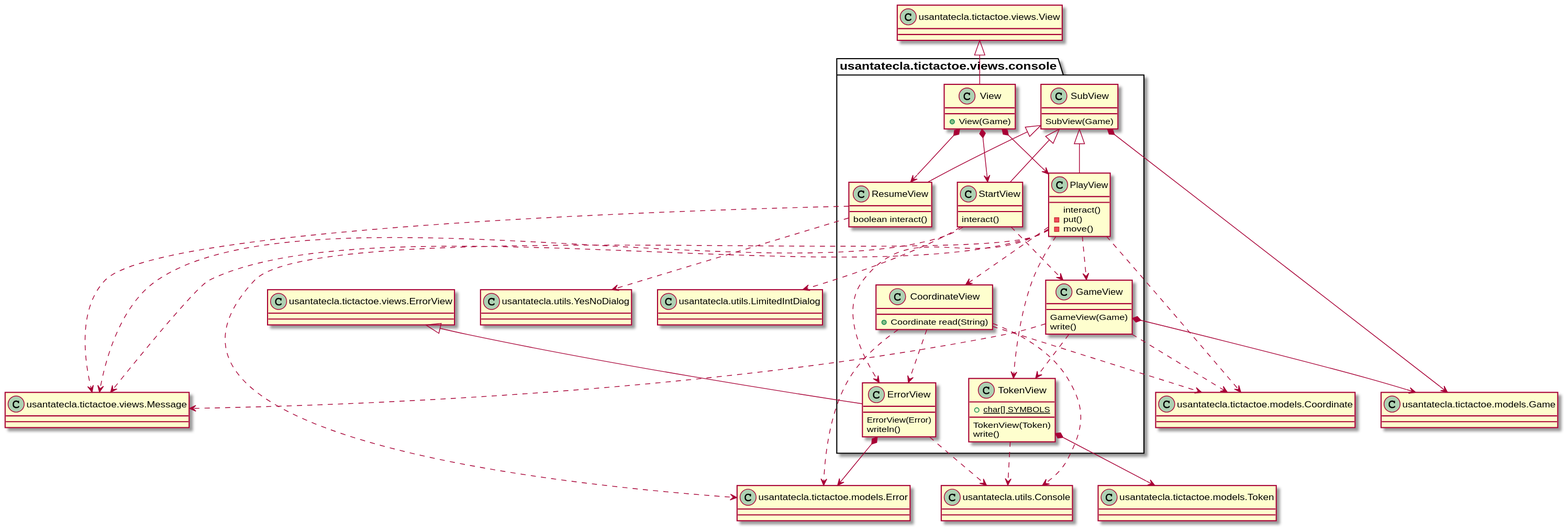
Above: documentView/withFactoryMethod/docs/diagrams/out/paquetes/tictactoe.views.console.svg in Jolucaa/USantaTecla-project-ticTacToe (PlantUML), before the change. Source of this version:
```plantuml
@startuml
class usantatecla.tictactoe.views.console.CoordinateView {

    + Coordinate read(String)

}

usantatecla.tictactoe.views.console.CoordinateView ..> usantatecla.tictactoe.views.console.ErrorView

class Coordinate as "usantatecla.tictactoe.models.Coordinate"
class Error as "usantatecla.tictactoe.models.Error"
class Console as "usantatecla.utils.Console"

usantatecla.tictactoe.views.console.CoordinateView ..> Console
usantatecla.tictactoe.views.console.CoordinateView ..> Error
usantatecla.tictactoe.views.console.CoordinateView ..> Coordinate

class usantatecla.tictactoe.views.console.ErrorView {

	ErrorView(Error)
	writeln()

}

class ErrorView as "usantatecla.tictactoe.views.ErrorView"

ErrorView <|-- usantatecla.tictactoe.views.console.ErrorView
usantatecla.tictactoe.views.console.ErrorView ..> Console
usantatecla.tictactoe.views.console.ErrorView *--> Error

class usantatecla.tictactoe.views.console.GameView {

    GameView(Game)
	write()

}

class Game as "usantatecla.tictactoe.models.Game"
class Message as "usantatecla.tictactoe.views.Message"

usantatecla.tictactoe.views.console.GameView *--> Game
usantatecla.tictactoe.views.console.GameView ..> Coordinate
usantatecla.tictactoe.views.console.GameView ..> Message
usantatecla.tictactoe.views.console.GameView ..> usantatecla.tictactoe.views.console.TokenView

class usantatecla.tictactoe.views.console.SubView {

	SubView(Game)

}

usantatecla.tictactoe.views.console.SubView *--> Game

class usantatecla.tictactoe.views.console.PlayView {

    interact()
    - put()
    - move()

}

usantatecla.tictactoe.views.console.SubView <|-- usantatecla.tictactoe.views.console.PlayView
usantatecla.tictactoe.views.console.PlayView ..> Coordinate
usantatecla.tictactoe.views.console.PlayView ..> Message
usantatecla.tictactoe.views.console.PlayView ..> Error
usantatecla.tictactoe.views.console.PlayView ..> usantatecla.tictactoe.views.console.ErrorView
usantatecla.tictactoe.views.console.PlayView ..> usantatecla.tictactoe.views.console.CoordinateView
usantatecla.tictactoe.views.console.PlayView ..> usantatecla.tictactoe.views.console.GameView
usantatecla.tictactoe.views.console.PlayView ..> usantatecla.tictactoe.views.console.TokenView

class usantatecla.tictactoe.views.console.ResumeView {

	boolean interact()

}

class YesNoDialog as "usantatecla.utils.YesNoDialog"

usantatecla.tictactoe.views.console.SubView <|-- usantatecla.tictactoe.views.console.ResumeView
usantatecla.tictactoe.views.console.ResumeView ..> Message
usantatecla.tictactoe.views.console.ResumeView ..> YesNoDialog

class usantatecla.tictactoe.views.console.StartView {

	interact()

}

class LimitedIntDialog as "usantatecla.utils.LimitedIntDialog"

usantatecla.tictactoe.views.console.SubView <|-- usantatecla.tictactoe.views.console.StartView
usantatecla.tictactoe.views.console.StartView ..> Message
usantatecla.tictactoe.views.console.StartView ..> LimitedIntDialog
usantatecla.tictactoe.views.console.StartView ..> usantatecla.tictactoe.views.console.GameView

class usantatecla.tictactoe.views.console.TokenView {

	+ {static} char[] SYMBOLS

	TokenView(Token)
	write()

}

class Token as "usantatecla.tictactoe.models.Token"

usantatecla.tictactoe.views.console.TokenView *--> Token
usantatecla.tictactoe.views.console.TokenView ..> Console

class usantatecla.tictactoe.views.console.ConsoleView {

	+ View(Game)

}

class View as "usantatecla.tictactoe.views.View"

View <|-- usantatecla.tictactoe.views.console.ConsoleView
usantatecla.tictactoe.views.console.ConsoleView *--> usantatecla.tictactoe.views.console.ResumeView
usantatecla.tictactoe.views.console.ConsoleView *--> usantatecla.tictactoe.views.console.PlayView
usantatecla.tictactoe.views.console.ConsoleView *--> usantatecla.tictactoe.views.console.StartView
@enduml
```
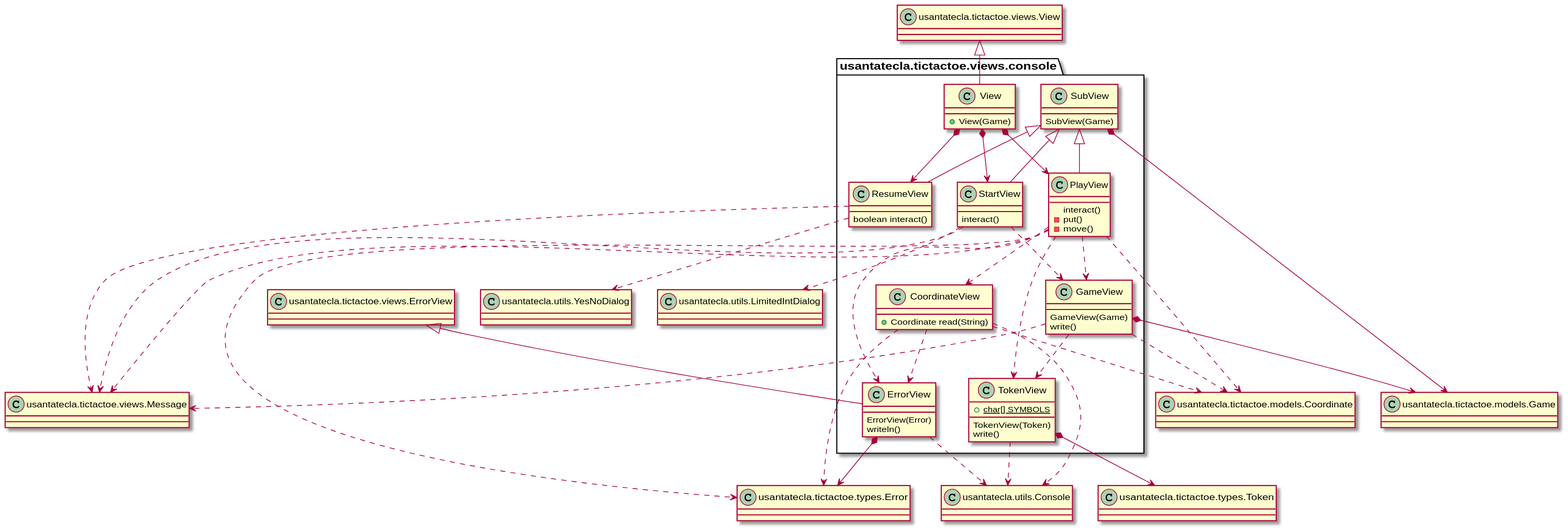
The same file after the commit.

Change to the diagram source:
```diff
@@ -8,7 +8,7 @@
 usantatecla.tictactoe.views.console.CoordinateView ..> usantatecla.tictactoe.views.console.ErrorView
 
 class Coordinate as "usantatecla.tictactoe.models.Coordinate"
-class Error as "usantatecla.tictactoe.models.Error"
+class Error as "usantatecla.tictactoe.types.Error"
 class Console as "usantatecla.utils.Console"
 
 usantatecla.tictactoe.views.console.CoordinateView ..> Console
@@ -102,7 +102,7 @@
 
 }
 
-class Token as "usantatecla.tictactoe.models.Token"
+class Token as "usantatecla.tictactoe.types.Token"
 
 usantatecla.tictactoe.views.console.TokenView *--> Token
 usantatecla.tictactoe.views.console.TokenView ..> Console
```
